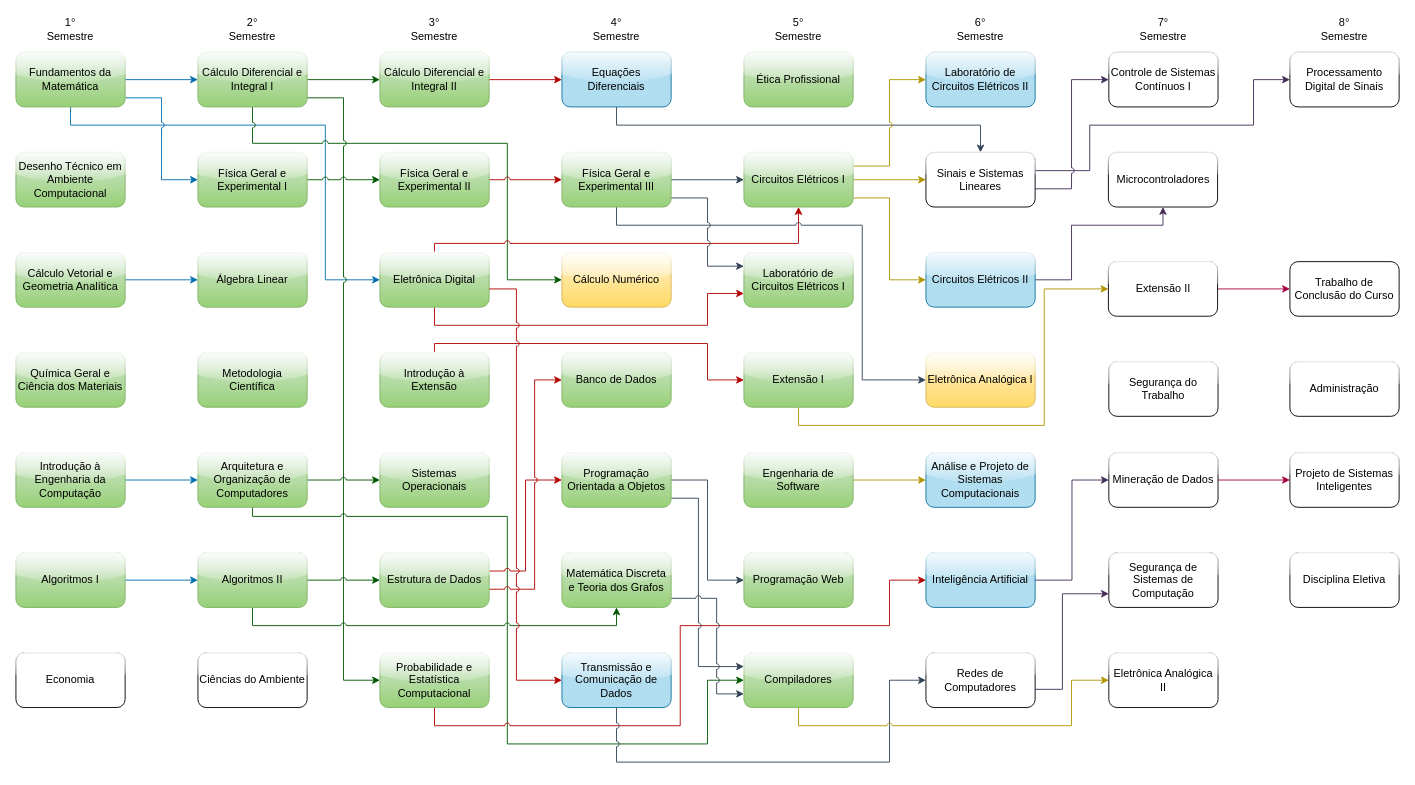
The draw.io diagram fluxograma-disciplinas.drawio in mateus-s-a/IFMT_Eng_Computacao, before the edit. Source tidied: cells renumbered, new cells numbered last; positions are measured from the earlier drawing's top-left corner, leaving out a move shared by most shapes. Both pictures are drawn from the tidied source at 91%, with x=0, y=0 at pixel (15, 15).
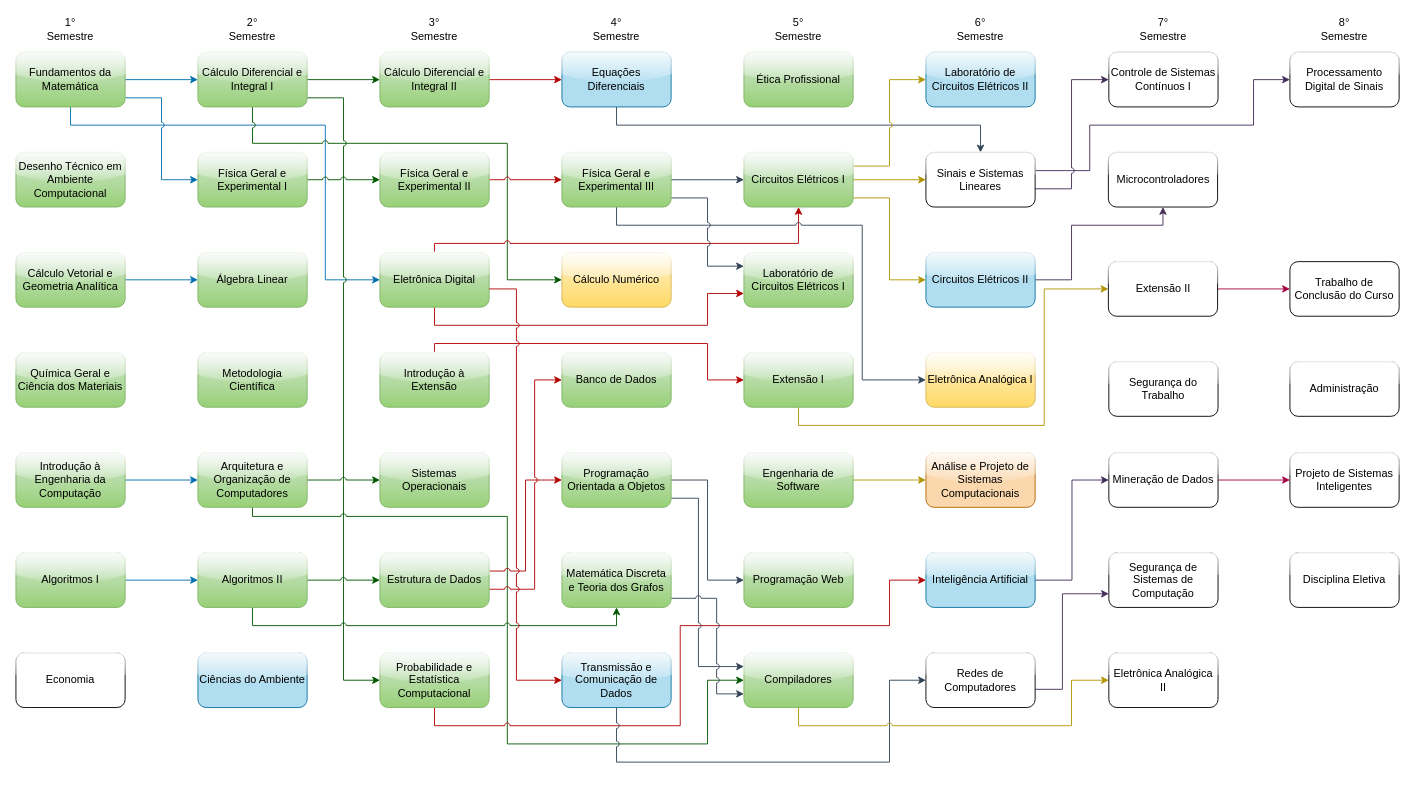
Above is the later version.

Unchanged cells that the change refers to:
```xml
<mxCell id="55" style="group;" parent="1" vertex="1">
  <mxGeometry x="200" width="120" height="760" as="geometry" />
</mxCell>
<mxCell id="91" style="group;" parent="1" vertex="1">
  <mxGeometry x="1000" width="120" height="760" as="geometry" />
</mxCell>
```

Change to the diagram source:
```diff
@@
-    <mxCell id="62" value="&lt;div&gt;Ciências do Ambiente&lt;/div&gt;" style="rounded=1;whiteSpace=wrap;html=1;glass=1;" parent="55" vertex="1">
+    <mxCell id="62" value="&lt;div&gt;Ciências do Ambiente&lt;/div&gt;" style="rounded=1;whiteSpace=wrap;html=1;glass=1;fillColor=#b1ddf0;strokeColor=#10739e;" parent="55" vertex="1">
       <mxGeometry y="700" width="120" height="60" as="geometry" />
     </mxCell>
@@
-    <mxCell id="96" value="Análise e Projeto de Sistemas Computacionais" style="rounded=1;whiteSpace=wrap;html=1;glass=1;fillColor=#b1ddf0;strokeColor=#10739e;" parent="91" vertex="1">
+    <mxCell id="96" value="Análise e Projeto de Sistemas Computacionais" style="rounded=1;whiteSpace=wrap;html=1;glass=1;fillColor=#fad7ac;strokeColor=#b46504;" parent="91" vertex="1">
       <mxGeometry y="480" width="120" height="60" as="geometry" />
     </mxCell>
```
